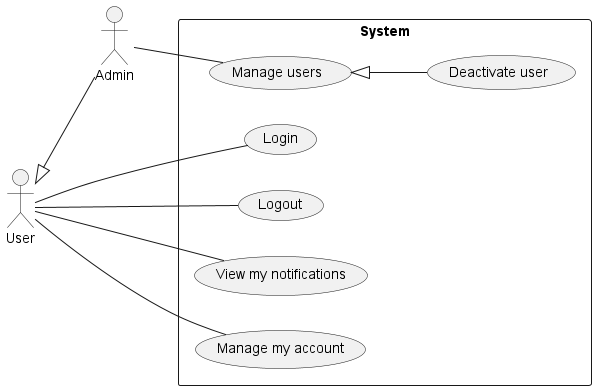
Above: use-cases/Admin.png in phihungha/scmss-reqs (PlantUML), before the change.
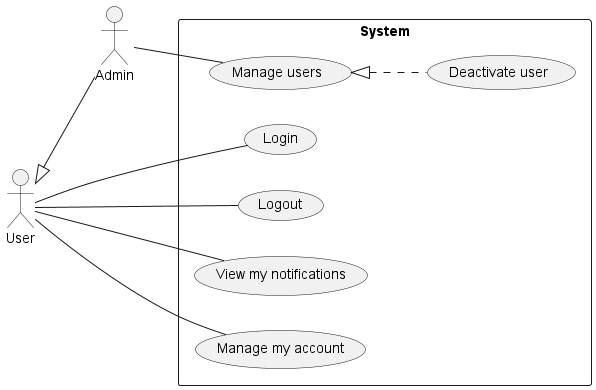
After the commit.

Diff of the diagram source:
```diff
@@ -1,4 +1,4 @@
-@startuml Admin
+@startuml admin
 left to right direction
 
 :Admin: as ad
@@ -12,6 +12,6 @@
     u -- (Manage my account)
 
     ad -- (Manage users)
-    (Manage users) <|-- (Deactivate user)
+    (Manage users) <|.. (Deactivate user)
 }
 @enduml
```
